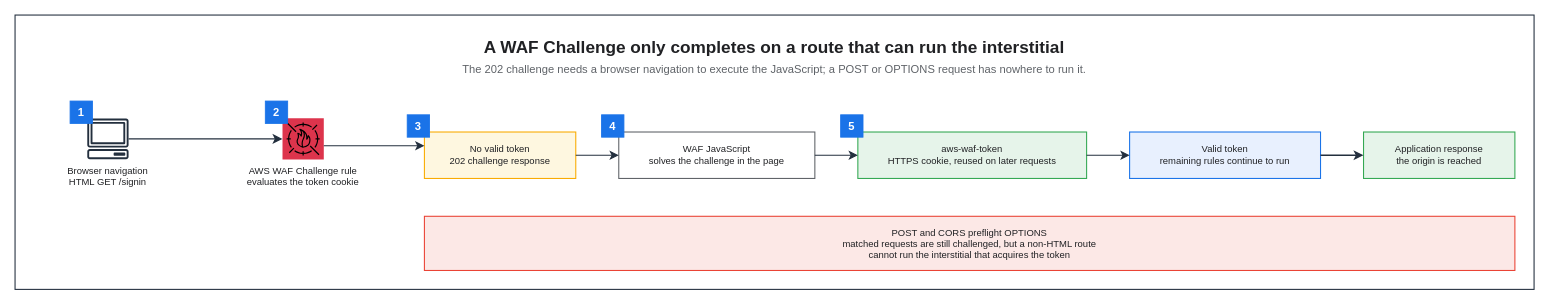
Earlier version of the draw.io diagram assets/img/aws/aws-waf-challenge-token-flow.drawio (KKamJi98/kkamji98.github.io). Source tidied: cells renumbered, new cells numbered last; positions are measured from the earlier drawing's top-left corner, leaving out a move shared by most shapes. Both pictures are drawn from the tidied source at 86%, with x=0, y=0 at pixel (15, 15).
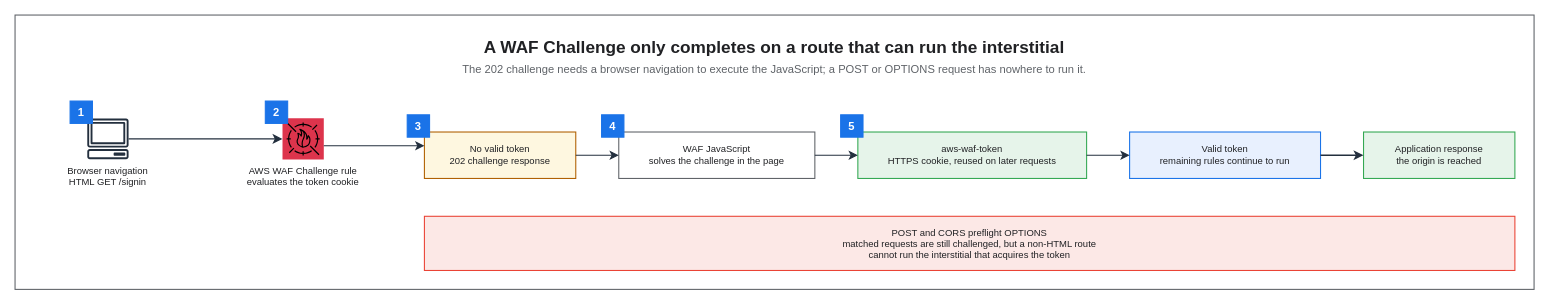
Above is the later version.

The edit, as a diff of the source:
```diff
@@
-    <mxCell id="2" style="rounded=0;html=0;fillColor=none;strokeColor=#232F3E;fontColor=#202124;strokeWidth=1.25;" parent="1" vertex="1">
+    <mxCell id="2" style="rounded=0;html=0;fillColor=none;strokeColor=#5F6368;fontColor=#202124;strokeWidth=1.25;" parent="1" vertex="1">
       <mxGeometry width="1766.3" height="319" as="geometry" />
     </mxCell>
@@
-    <mxCell id="7" value="No valid token&#10;202 challenge response" style="rounded=0;whiteSpace=wrap;html=0;fillColor=#FEF7E0;strokeColor=#F9AB00;fontColor=#202124;fontSize=11;fontStyle=0;align=center;verticalAlign=middle;spacingLeft=6;spacingRight=6;strokeWidth=1.25;" parent="1" vertex="1">
+    <mxCell id="7" value="No valid token&#10;202 challenge response" style="rounded=0;whiteSpace=wrap;html=0;fillColor=#FEF7E0;strokeColor=#B06000;fontColor=#202124;fontSize=11;fontStyle=0;align=center;verticalAlign=middle;spacingLeft=6;spacingRight=6;strokeWidth=1.25;" parent="1" vertex="1">
       <mxGeometry x="476" y="136" width="176" height="54" as="geometry" />
     </mxCell>
@@
-    <mxCell id="13" value="1" style="rounded=0;whiteSpace=wrap;html=0;fillColor=#1A73E8;strokeColor=#1A73E8;fontColor=#FFFFFF;fontSize=13;fontStyle=1;align=center;verticalAlign=middle;" parent="1" vertex="1">
+    <mxCell id="13" value="1" style="rounded=0;whiteSpace=wrap;html=0;fillColor=#1A73E8;strokeColor=#1A73E8;fontColor=#FFFFFF;fontSize=13;fontStyle=1;align=center;verticalAlign=middle;strokeWidth=1.25;" parent="1" vertex="1">
       <mxGeometry x="64" y="100" width="26" height="26" as="geometry" />
     </mxCell>
-    <mxCell id="14" value="2" style="rounded=0;whiteSpace=wrap;html=0;fillColor=#1A73E8;strokeColor=#1A73E8;fontColor=#FFFFFF;fontSize=13;fontStyle=1;align=center;verticalAlign=middle;" parent="1" vertex="1">
+    <mxCell id="14" value="2" style="rounded=0;whiteSpace=wrap;html=0;fillColor=#1A73E8;strokeColor=#1A73E8;fontColor=#FFFFFF;fontSize=13;fontStyle=1;align=center;verticalAlign=middle;strokeWidth=1.25;" parent="1" vertex="1">
       <mxGeometry x="291" y="100" width="26" height="26" as="geometry" />
     </mxCell>
-    <mxCell id="15" value="3" style="rounded=0;whiteSpace=wrap;html=0;fillColor=#1A73E8;strokeColor=#1A73E8;fontColor=#FFFFFF;fontSize=13;fontStyle=1;align=center;verticalAlign=middle;" parent="1" vertex="1">
+    <mxCell id="15" value="3" style="rounded=0;whiteSpace=wrap;html=0;fillColor=#1A73E8;strokeColor=#1A73E8;fontColor=#FFFFFF;fontSize=13;fontStyle=1;align=center;verticalAlign=middle;strokeWidth=1.25;" parent="1" vertex="1">
       <mxGeometry x="456" y="116" width="26" height="26" as="geometry" />
     </mxCell>
-    <mxCell id="16" value="4" style="rounded=0;whiteSpace=wrap;html=0;fillColor=#1A73E8;strokeColor=#1A73E8;fontColor=#FFFFFF;fontSize=13;fontStyle=1;align=center;verticalAlign=middle;" parent="1" vertex="1">
+    <mxCell id="16" value="4" style="rounded=0;whiteSpace=wrap;html=0;fillColor=#1A73E8;strokeColor=#1A73E8;fontColor=#FFFFFF;fontSize=13;fontStyle=1;align=center;verticalAlign=middle;strokeWidth=1.25;" parent="1" vertex="1">
       <mxGeometry x="682" y="116" width="26" height="26" as="geometry" />
     </mxCell>
-    <mxCell id="17" value="5" style="rounded=0;whiteSpace=wrap;html=0;fillColor=#1A73E8;strokeColor=#1A73E8;fontColor=#FFFFFF;fontSize=13;fontStyle=1;align=center;verticalAlign=middle;" parent="1" vertex="1">
+    <mxCell id="17" value="5" style="rounded=0;whiteSpace=wrap;html=0;fillColor=#1A73E8;strokeColor=#1A73E8;fontColor=#FFFFFF;fontSize=13;fontStyle=1;align=center;verticalAlign=middle;strokeWidth=1.25;" parent="1" vertex="1">
       <mxGeometry x="960" y="116" width="26" height="26" as="geometry" />
     </mxCell>
```
